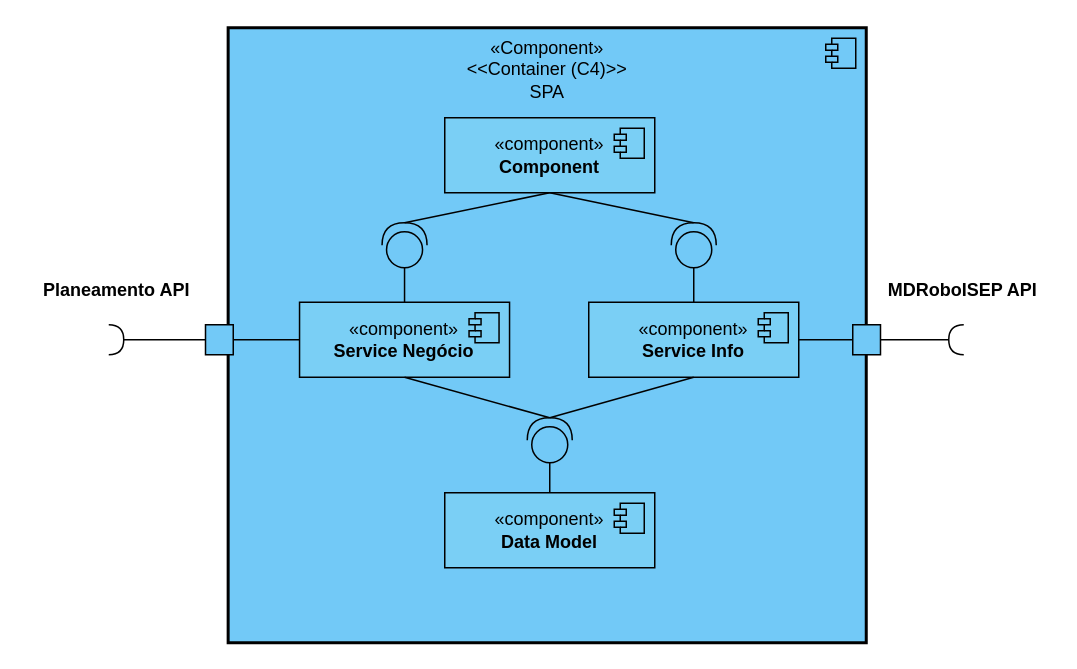
Above: docs/Sprint_B/N3/VL_SPA.drawio in SEM5PI2324G58/sem5pi_g58_23_24 (draw.io), before the change. Source tidied: cells renumbered, new cells numbered last; positions are measured from the earlier drawing's top-left corner, leaving out a move shared by most shapes. Both pictures are drawn from the tidied source at 150%, with x=0, y=0 at pixel (26, 27).
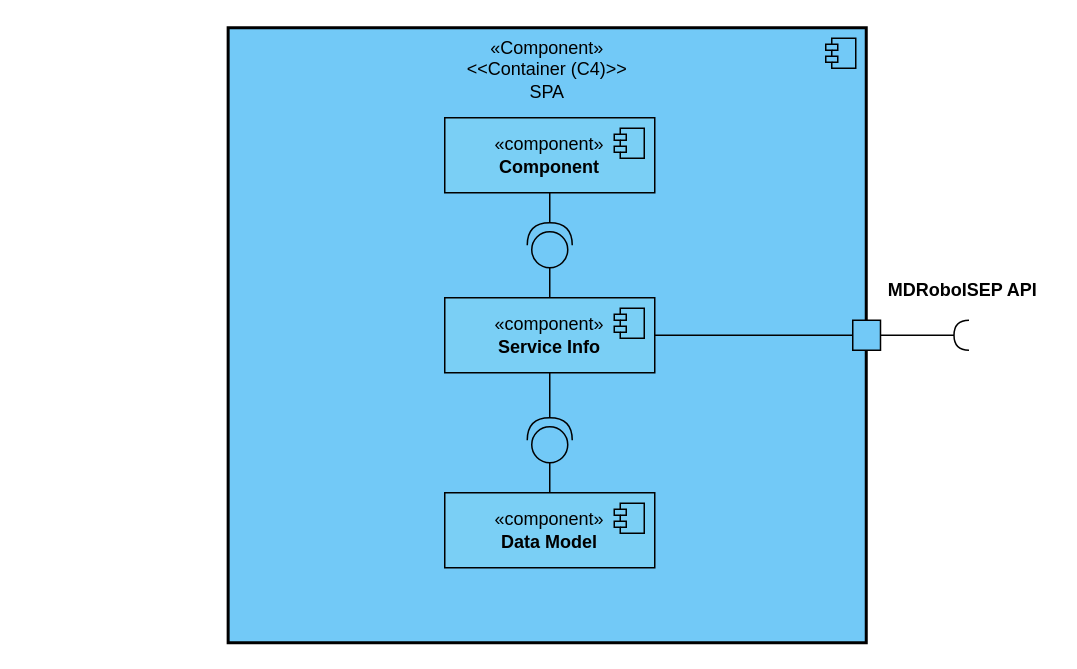
Above is the later version.

The change refers to these unchanged cells:
```xml
<mxCell id="4" value="«component»&lt;br&gt;&lt;b&gt;Component&lt;/b&gt;" style="html=1;whiteSpace=wrap;fillColor=#7ACFF5;" parent="1" vertex="1">
  <mxGeometry x="279" y="60" width="140" height="50" as="geometry" />
</mxCell>
<mxCell id="19" style="shape=providedRequiredInterface;html=1;verticalLabelPosition=bottom;sketch=0;rotation=-90;fillColor=#72c9f7;" parent="1" vertex="1">
  <mxGeometry x="334" y="260" width="30" height="30" as="geometry" />
</mxCell>
```

Diff of the diagram source:
```diff
@@
-    <mxCell id="6" value="«component»&lt;br&gt;&lt;b&gt;Service Negócio&lt;/b&gt;" style="html=1;whiteSpace=wrap;fillColor=#7ACFF5;" parent="1" vertex="1">
-      <mxGeometry x="182.2" y="183" width="140" height="50" as="geometry" />
-    </mxCell>
-    <mxCell id="7" style="shape=module;jettyWidth=8;jettyHeight=4;fillColor=#7ACFF5;" parent="6" vertex="1">
-      <mxGeometry x="1" width="20" height="20" relative="1" as="geometry">
-        <mxPoint x="-27" y="7" as="offset" />
-      </mxGeometry>
-    </mxCell>
-    <mxCell id="8" style="shape=providedRequiredInterface;html=1;verticalLabelPosition=bottom;sketch=0;rotation=-90;fillColor=#72c9f7;" parent="1" vertex="1">
-      <mxGeometry x="237.2" y="130" width="30" height="30" as="geometry" />
-    </mxCell>
-    <mxCell id="9" style="endArrow=none;html=1;rounded=0;exitX=1;exitY=0.5;exitDx=0;exitDy=0;exitPerimeter=0;entryX=0.5;entryY=1;entryDx=0;entryDy=0;" parent="1" edge="1" source="8" target="4">
-      <mxGeometry relative="1" as="geometry" />
-    </mxCell>
-    <mxCell id="10" style="endArrow=none;html=1;rounded=0;exitX=0.5;exitY=0;exitDx=0;exitDy=0;entryX=0;entryY=0.5;entryDx=0;entryDy=0;entryPerimeter=0;" parent="1" edge="1" source="6" target="8">
-      <mxGeometry relative="1" as="geometry" />
-    </mxCell>
@@
     <mxCell id="13" style="html=1;rounded=0;fillColor=#72C9F7;" parent="1" vertex="1">
-      <mxGeometry x="551" y="198" width="18.5" height="20" as="geometry" />
+      <mxGeometry x="551" y="195" width="18.5" height="20" as="geometry" />
     </mxCell>
@@
     <mxCell id="15" style="shape=requiredInterface;html=1;verticalLabelPosition=bottom;sketch=0;rotation=-180;" parent="1" vertex="1">
-      <mxGeometry x="615" y="198" width="10" height="20" as="geometry" />
+      <mxGeometry x="618.5" y="195" width="10" height="20" as="geometry" />
     </mxCell>
@@
     <mxCell id="17" value="«component»&lt;br&gt;&lt;b&gt;Service Info&lt;/b&gt;" style="html=1;whiteSpace=wrap;fillColor=#7ACFF5;" parent="1" vertex="1">
-      <mxGeometry x="375" y="183" width="140" height="50" as="geometry" />
+      <mxGeometry x="279" y="180" width="140" height="50" as="geometry" />
     </mxCell>
@@
-    <mxCell id="20" style="endArrow=none;html=1;rounded=0;exitX=1;exitY=0.5;exitDx=0;exitDy=0;exitPerimeter=0;entryX=0.5;entryY=1;entryDx=0;entryDy=0;" parent="1" edge="1" source="19" target="6">
-      <mxGeometry relative="1" as="geometry" />
-    </mxCell>
@@
-    <mxCell id="24" style="html=1;rounded=0;fillColor=#72C9F7;" parent="1" vertex="1">
-      <mxGeometry x="119.5" y="198" width="18.5" height="20" as="geometry" />
-    </mxCell>
-    <mxCell id="25" style="endArrow=none;html=1;rounded=0;align=center;verticalAlign=top;endFill=0;labelBackgroundColor=none;endSize=2;entryX=1;entryY=0.5;entryDx=0;entryDy=0;entryPerimeter=0;" parent="1" edge="1" source="24" target="26">
-      <mxGeometry relative="1" as="geometry" />
-    </mxCell>
-    <mxCell id="26" style="shape=requiredInterface;html=1;verticalLabelPosition=bottom;sketch=0;rotation=0;" parent="1" vertex="1">
-      <mxGeometry x="55" y="198" width="10" height="20" as="geometry" />
-    </mxCell>
-    <mxCell id="27" style="endArrow=none;html=1;rounded=0;align=center;verticalAlign=top;endFill=0;labelBackgroundColor=none;endSize=2;entryX=1;entryY=0.5;entryDx=0;entryDy=0;exitX=0;exitY=0.5;exitDx=0;exitDy=0;" parent="1" edge="1" source="6" target="24">
-      <mxGeometry relative="1" as="geometry" />
-    </mxCell>
-    <mxCell id="28" value="Planeamento API" style="text;html=1;align=center;verticalAlign=middle;strokeColor=none;fillColor=none;fontStyle=1;" parent="1" vertex="1">
-      <mxGeometry y="160" width="120" height="30" as="geometry" />
-    </mxCell>
     <mxCell id="29" style="shape=providedRequiredInterface;html=1;verticalLabelPosition=bottom;sketch=0;rotation=-90;fillColor=#72c9f7;" parent="1" vertex="1">
-      <mxGeometry x="430" y="130" width="30" height="30" as="geometry" />
+      <mxGeometry x="334" y="130" width="30" height="30" as="geometry" />
     </mxCell>
```
